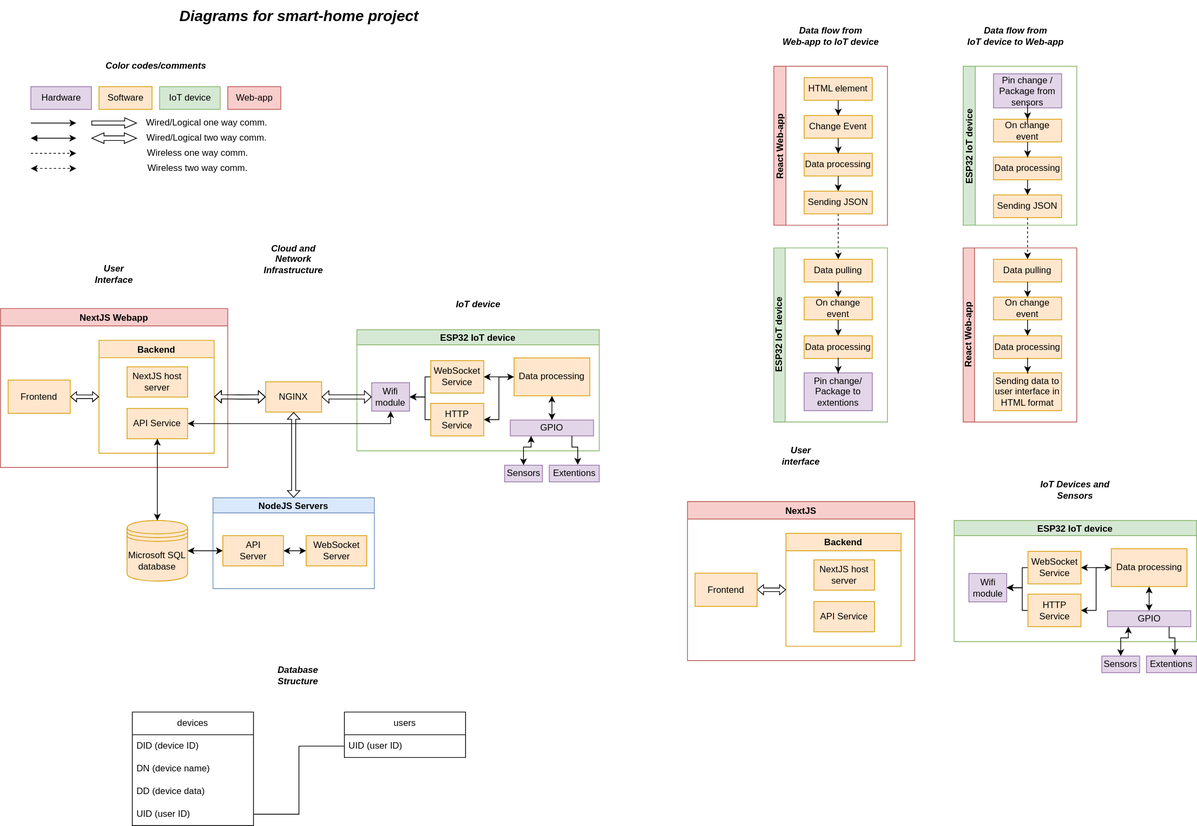
Before: doc/DIAGRAMS.svg, a diagram exported from draw.io (martinvichnal/smart-home). Source tidied: cells renumbered, new cells last; positions are measured from the earlier drawing's top-left corner, leaving out a move shared by most shapes.
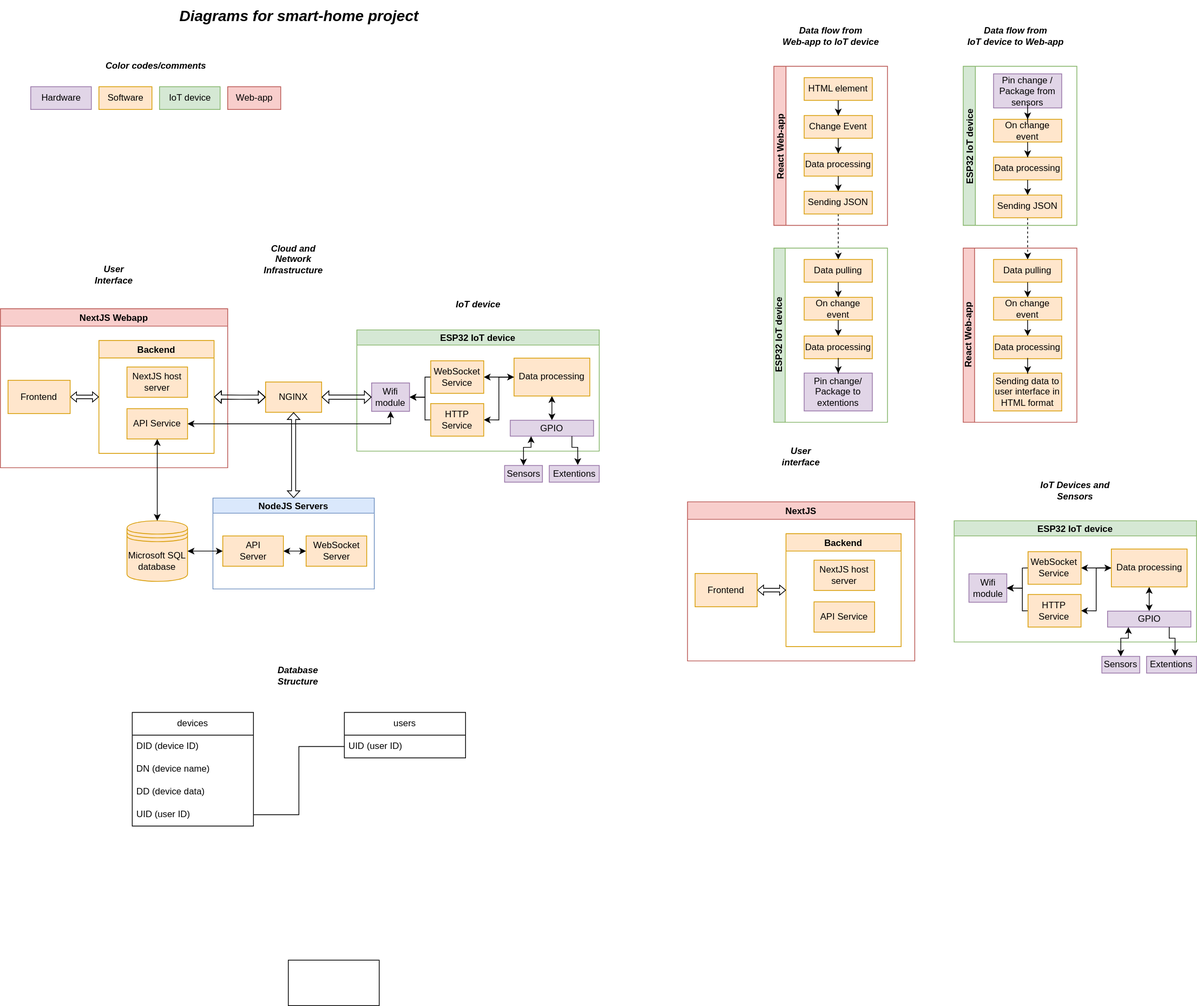
The same diagram one commit later.

What changed in the source:
```diff
@@ -140,54 +140,6 @@
     <mxCell id="47" style="edgeStyle=orthogonalEdgeStyle;rounded=0;jettySize=auto;html=1;exitX=0.5;exitY=1;exitDx=0;exitDy=0;entryX=0.5;entryY=0;entryDx=0;entryDy=0;" parent="40" edge="1" source="44" target="46">
       <mxGeometry relative="1" as="geometry" />
     </mxCell>
-    <mxCell id="48" style="endArrow=classic;html=1;rounded=0;" parent="1" edge="1">
-      <mxGeometry relative="1" as="geometry">
-        <mxPoint x="40" y="162" as="sourcePoint" />
-        <mxPoint x="100" y="162" as="targetPoint" />
-      </mxGeometry>
-    </mxCell>
-    <mxCell id="49" style="endArrow=classic;html=1;rounded=0;startArrow=block;startFill=1;" parent="1" edge="1">
-      <mxGeometry relative="1" as="geometry">
-        <mxPoint x="40" y="182" as="sourcePoint" />
-        <mxPoint x="100" y="182" as="targetPoint" />
-      </mxGeometry>
-    </mxCell>
-    <mxCell id="50" style="endArrow=classic;html=1;rounded=0;dashed=1;" parent="1" edge="1">
-      <mxGeometry relative="1" as="geometry">
-        <mxPoint x="40" y="202" as="sourcePoint" />
-        <mxPoint x="100" y="202" as="targetPoint" />
-      </mxGeometry>
-    </mxCell>
-    <mxCell id="51" style="endArrow=classic;html=1;rounded=0;shape=flexArrow;endWidth=7.154663518299882;endSize=4.864935064935065;width=5.454545454545454;" parent="1" edge="1">
-      <mxGeometry relative="1" as="geometry">
-        <mxPoint x="120" y="162" as="sourcePoint" />
-        <mxPoint x="180" y="162" as="targetPoint" />
-      </mxGeometry>
-    </mxCell>
-    <mxCell id="52" style="endArrow=classic;html=1;rounded=0;startArrow=block;startFill=1;shape=flexArrow;endWidth=7.012987012987013;endSize=5.038961038961038;width=5.974025974025974;startWidth=7.012987012987013;startSize=5.038961038961038;" parent="1" edge="1">
-      <mxGeometry relative="1" as="geometry">
-        <mxPoint x="120" y="182" as="sourcePoint" />
-        <mxPoint x="180" y="182" as="targetPoint" />
-      </mxGeometry>
-    </mxCell>
-    <mxCell id="53" value="Wired/Logical one way comm." style="text;html=1;align=center;verticalAlign=middle;strokeColor=none;fillColor=none;" parent="1" vertex="1">
-      <mxGeometry x="182" y="147" width="180" height="30" as="geometry" />
-    </mxCell>
-    <mxCell id="54" value="Wired/Logical two way comm." style="text;html=1;align=center;verticalAlign=middle;strokeColor=none;fillColor=none;" parent="1" vertex="1">
-      <mxGeometry x="182" y="167" width="180" height="30" as="geometry" />
-    </mxCell>
-    <mxCell id="55" value="Wireless one way comm." style="text;html=1;align=center;verticalAlign=middle;strokeColor=none;fillColor=none;" parent="1" vertex="1">
-      <mxGeometry x="180" y="187" width="160" height="30" as="geometry" />
-    </mxCell>
-    <mxCell id="56" style="endArrow=classic;html=1;rounded=0;dashed=1;startArrow=classic;startFill=1;" parent="1" edge="1">
-      <mxGeometry relative="1" as="geometry">
-        <mxPoint x="40" y="222" as="sourcePoint" />
-        <mxPoint x="100" y="222" as="targetPoint" />
-      </mxGeometry>
-    </mxCell>
-    <mxCell id="57" value="Wireless two way comm." style="text;html=1;align=center;verticalAlign=middle;strokeColor=none;fillColor=none;" parent="1" vertex="1">
-      <mxGeometry x="180" y="207" width="160" height="30" as="geometry" />
-    </mxCell>
     <mxCell id="58" value="Diagrams for smart-home project" style="text;html=1;align=center;verticalAlign=middle;strokeColor=none;fillColor=none;fontStyle=3;fontSize=20;" parent="1" vertex="1">
       <mxGeometry x="224" width="340" height="40" as="geometry" />
     </mxCell>
@@ -434,5 +386,8 @@
     <mxCell id="121" value="Frontend" style="whiteSpace=wrap;html=1;fillColor=#ffe6cc;strokeColor=#d79b00;" parent="116" vertex="1">
       <mxGeometry x="10" y="94.5" width="82" height="44" as="geometry" />
     </mxCell>
+    <mxCell id="122" style="whiteSpace=wrap;html=1;" parent="1" vertex="1">
+      <mxGeometry x="380" y="1267" width="120" height="60" as="geometry" />
+    </mxCell>
   </root>
 </mxGraphModel>
```
